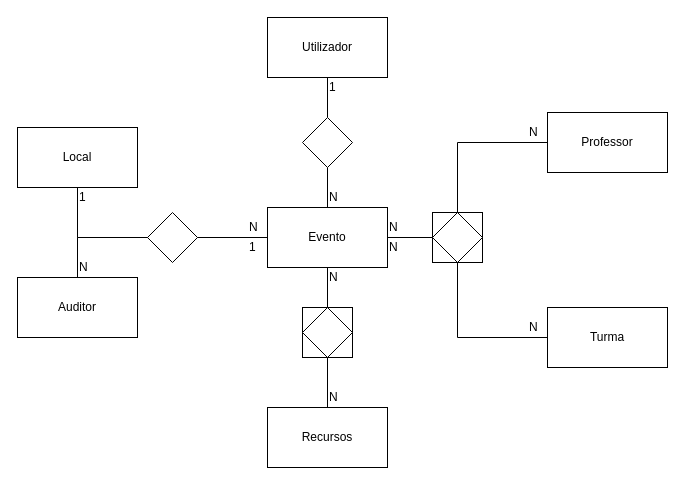
AlexJeron/PAP keeps this draw.io diagram as page "Page-1" (1 of 2) of Documentos/Modelo ER.drawio. Above is the earlier version. Source tidied: cells renumbered, new cells numbered last; positions are measured from the earlier drawing's top-left corner, leaving out a move shared by most shapes. Both pictures are drawn from the tidied source at 100%, with x=0, y=0 at pixel (17, 17).
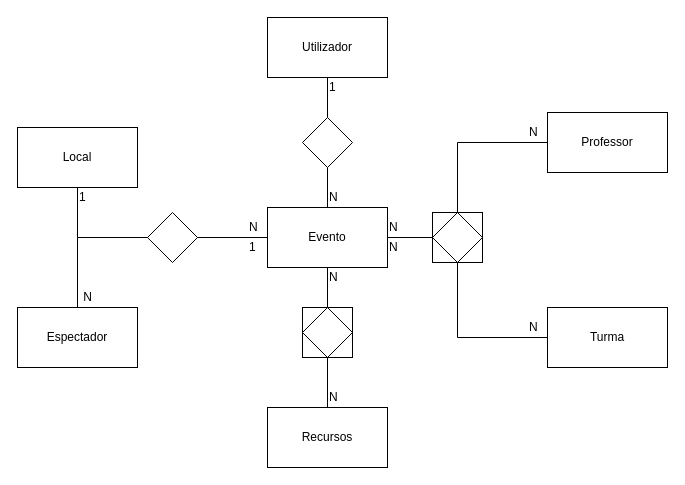
Above is the later version.

Unchanged cells that the change refers to:
```xml
<mxCell id="26" style="rhombus;whiteSpace=wrap;html=1;" parent="1" vertex="1">
  <mxGeometry x="130" y="195" width="50" height="50" as="geometry" />
</mxCell>
```

Change to the diagram source:
```diff
@@
+    <mxCell id="39" style="edgeStyle=orthogonalEdgeStyle;rounded=0;jettySize=auto;html=1;exitX=0;exitY=0.5;exitDx=0;exitDy=0;entryX=0.5;entryY=0;entryDx=0;entryDy=0;endArrow=none;endFill=0;" parent="1" edge="1" source="26" target="40">
+      <mxGeometry relative="1" as="geometry" />
+    </mxCell>
@@
-    <mxCell id="33" style="edgeStyle=orthogonalEdgeStyle;rounded=0;jettySize=auto;html=1;exitX=0.5;exitY=0;exitDx=0;exitDy=0;entryX=0;entryY=0.5;entryDx=0;entryDy=0;endArrow=none;endFill=0;" parent="1" edge="1" source="34" target="26">
-      <mxGeometry relative="1" as="geometry" />
-    </mxCell>
-    <mxCell id="34" value="Auditor" style="rounded=0;whiteSpace=wrap;html=1;" parent="1" vertex="1">
-      <mxGeometry y="260" width="120" height="60" as="geometry" />
-    </mxCell>
@@
-    <mxCell id="36" value="N" style="text;html=1;align=left;verticalAlign=top;spacingTop=-4;" parent="1" vertex="1">
-      <mxGeometry x="60" y="240" width="20" height="20" as="geometry" />
-    </mxCell>
@@
+    <mxCell id="40" value="Espectador" style="rounded=0;whiteSpace=wrap;html=1;" parent="1" vertex="1">
+      <mxGeometry y="290" width="120" height="60" as="geometry" />
+    </mxCell>
+    <mxCell id="36" value="N" style="text;html=1;align=center;verticalAlign=middle;" parent="1" vertex="1">
+      <mxGeometry x="60" y="270" width="20" height="20" as="geometry" />
+    </mxCell>
```
